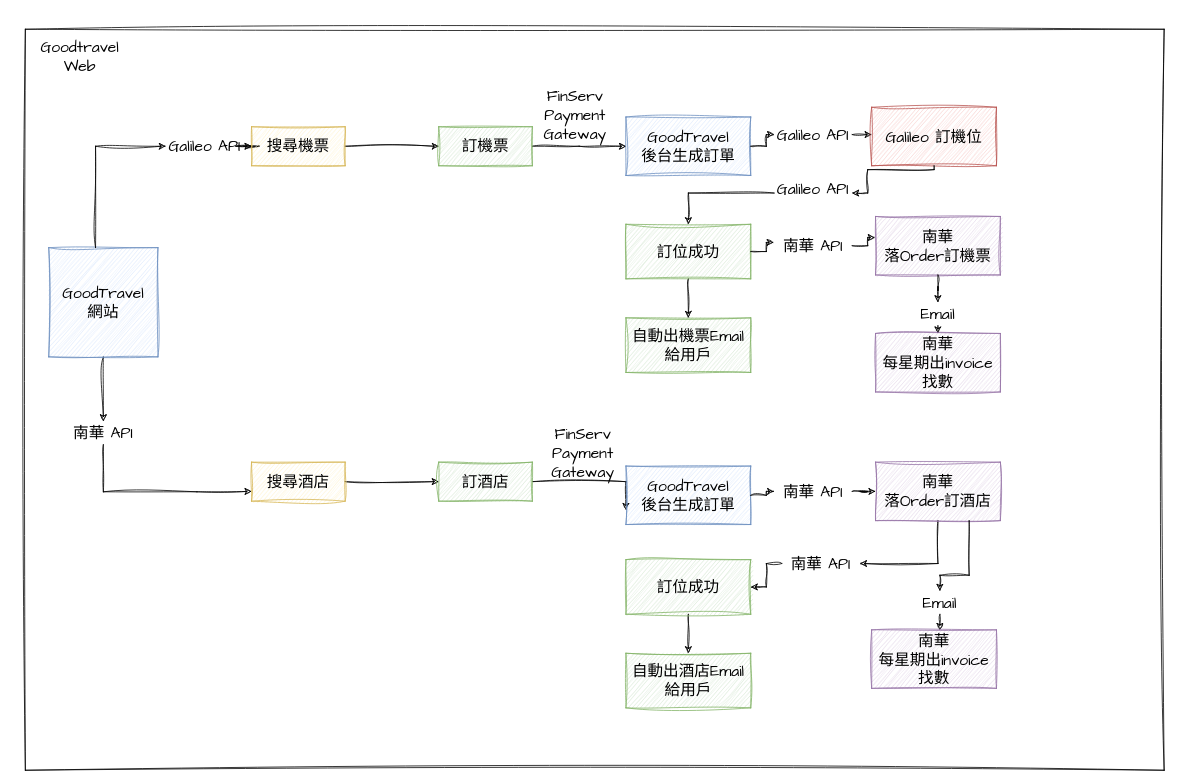
Before: GoodTravel.drawio in MichaelLam888/Draw.io, a draw.io diagram. Source tidied: cells renumbered, new cells numbered last; positions are measured from the earlier drawing's top-left corner, leaving out a move shared by most shapes. Both pictures are drawn from the tidied source at 78%, with x=0, y=0 at pixel (25, 29).
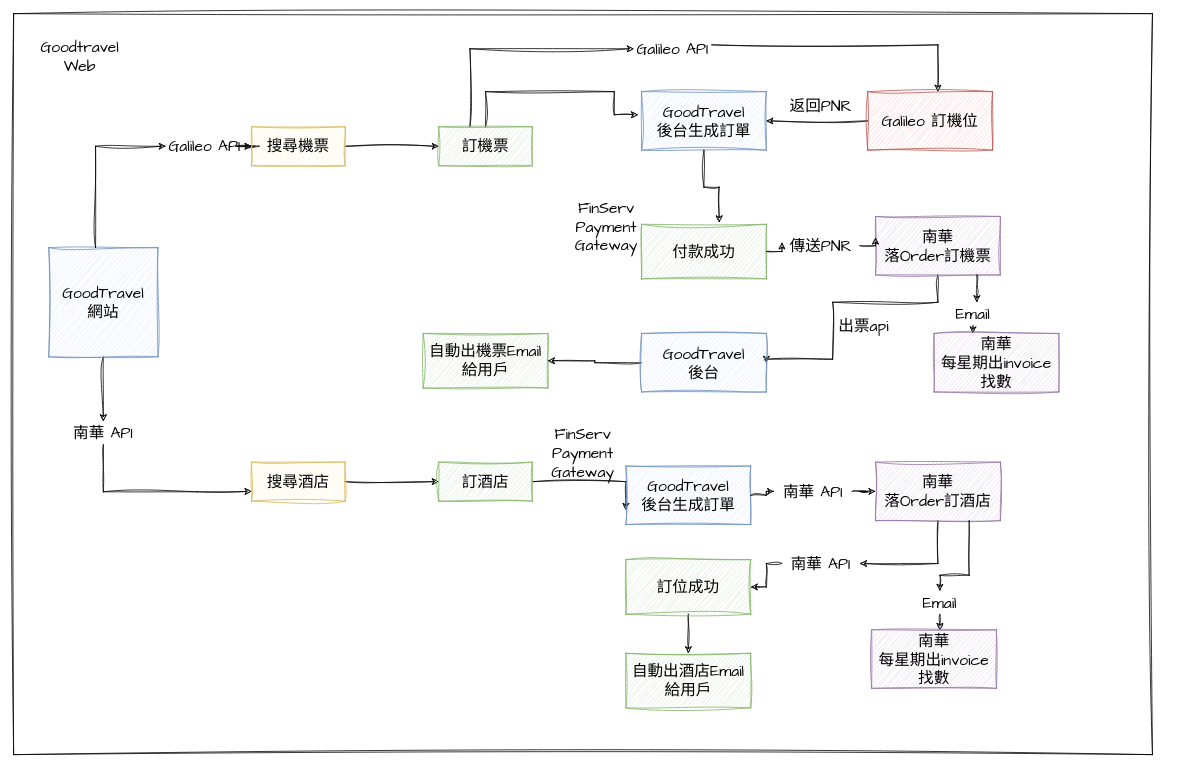
The same diagram, later.

Unchanged cells that the change refers to:
```xml
<mxCell id="10" value="訂機票" style="rounded=0;whiteSpace=wrap;html=1;sketch=1;hachureGap=4;jiggle=2;curveFitting=1;fontFamily=Architects Daughter;fontSize=20;fillColor=#d5e8d4;strokeColor=#82b366;" parent="1" vertex="1">
  <mxGeometry x="530" y="125" width="120" height="50" as="geometry" />
</mxCell>
<mxCell id="19" value="南華&lt;br&gt;落Order訂機票" style="rounded=0;whiteSpace=wrap;html=1;sketch=1;hachureGap=4;jiggle=2;curveFitting=1;fontFamily=Architects Daughter;fontSize=20;fillColor=#e1d5e7;strokeColor=#9673a6;" parent="1" vertex="1">
  <mxGeometry x="1090" y="240" width="160" height="75" as="geometry" />
</mxCell>
```

Diff of the diagram source:
```diff
@@
     <mxCell id="2" style="rounded=0;whiteSpace=wrap;html=1;sketch=1;hachureGap=4;jiggle=2;curveFitting=1;fontFamily=Architects Daughter;fontSize=20;" parent="1" vertex="1">
-      <mxGeometry width="1460" height="950" as="geometry" />
+      <mxGeometry x="-15" y="-20" width="1460" height="950" as="geometry" />
     </mxCell>
@@
-    <mxCell id="9" style="edgeStyle=orthogonalEdgeStyle;rounded=0;sketch=1;hachureGap=4;jiggle=2;curveFitting=1;jettySize=auto;html=1;fontFamily=Architects Daughter;fontSize=16;" parent="1" edge="1" source="10">
+    <mxCell id="9" style="edgeStyle=orthogonalEdgeStyle;rounded=0;sketch=1;hachureGap=4;jiggle=2;curveFitting=1;jettySize=auto;html=1;fontFamily=Architects Daughter;fontSize=16;entryX=-0.029;entryY=0.395;entryDx=0;entryDy=0;entryPerimeter=0;" parent="1" edge="1" source="10" target="13">
       <mxGeometry relative="1" as="geometry">
-        <mxPoint x="770" y="150" as="targetPoint" />
+        <Array as="points">
+          <mxPoint x="590" y="80" />
+          <mxPoint x="755" y="80" />
+        </Array>
       </mxGeometry>
     </mxCell>
+    <mxCell id="56" style="edgeStyle=orthogonalEdgeStyle;rounded=0;sketch=1;hachureGap=4;jiggle=2;curveFitting=1;jettySize=auto;html=1;entryX=0;entryY=0.5;entryDx=0;entryDy=0;fontFamily=Architects Daughter;fontSize=16;" parent="1" edge="1" source="10" target="36">
+      <mxGeometry relative="1" as="geometry">
+        <Array as="points">
+          <mxPoint x="570" y="25" />
+        </Array>
+      </mxGeometry>
+    </mxCell>
@@
     <mxCell id="11" value="FinServ Payment Gateway" style="text;html=1;strokeColor=none;fillColor=none;align=center;verticalAlign=middle;whiteSpace=wrap;rounded=0;fontSize=20;fontFamily=Architects Daughter;" parent="1" vertex="1">
-      <mxGeometry x="630" y="70" width="150" height="80" as="geometry" />
+      <mxGeometry x="670" y="212.5" width="150" height="80" as="geometry" />
     </mxCell>
     <mxCell id="12" style="edgeStyle=orthogonalEdgeStyle;rounded=0;sketch=1;hachureGap=4;jiggle=2;curveFitting=1;jettySize=auto;html=1;fontFamily=Architects Daughter;fontSize=16;" parent="1" edge="1" source="36" target="15">
       <mxGeometry relative="1" as="geometry">
         <Array as="points">
-          <mxPoint x="1008" y="150" />
-          <mxPoint x="1008" y="130" />
+          <mxPoint x="1170" y="20" />
         </Array>
       </mxGeometry>
     </mxCell>
     <mxCell id="13" value="GoodTravel&lt;br&gt;後台生成訂單" style="rounded=0;whiteSpace=wrap;html=1;sketch=1;hachureGap=4;jiggle=2;curveFitting=1;fontFamily=Architects Daughter;fontSize=20;fillColor=#dae8fc;strokeColor=#6c8ebf;" parent="1" vertex="1">
-      <mxGeometry x="770" y="112.5" width="160" height="75" as="geometry" />
+      <mxGeometry x="790" y="80" width="160" height="75" as="geometry" />
     </mxCell>
-    <mxCell id="14" style="edgeStyle=orthogonalEdgeStyle;rounded=0;sketch=1;hachureGap=4;jiggle=2;curveFitting=1;jettySize=auto;html=1;fontFamily=Architects Daughter;fontSize=16;" parent="1" edge="1" source="40" target="31">
-      <mxGeometry relative="1" as="geometry">
-        <Array as="points">
-          <mxPoint x="850" y="210" />
-        </Array>
-      </mxGeometry>
-    </mxCell>
+    <mxCell id="57" style="edgeStyle=orthogonalEdgeStyle;rounded=0;sketch=1;hachureGap=4;jiggle=2;curveFitting=1;jettySize=auto;html=1;fontFamily=Architects Daughter;fontSize=16;" parent="1" edge="1" source="15" target="13">
+      <mxGeometry relative="1" as="geometry" />
+    </mxCell>
     <mxCell id="15" value="Galileo 訂機位" style="rounded=0;whiteSpace=wrap;html=1;sketch=1;hachureGap=4;jiggle=2;curveFitting=1;fontFamily=Architects Daughter;fontSize=20;fillColor=#f8cecc;strokeColor=#b85450;" parent="1" vertex="1">
-      <mxGeometry x="1085" y="100" width="160" height="75" as="geometry" />
+      <mxGeometry x="1080" y="80" width="160" height="75" as="geometry" />
     </mxCell>
     <mxCell id="16" value="自動出機票Email&lt;br&gt;給用戶" style="rounded=0;whiteSpace=wrap;html=1;sketch=1;hachureGap=4;jiggle=2;curveFitting=1;fontFamily=Architects Daughter;fontSize=20;fillColor=#d5e8d4;strokeColor=#82b366;" parent="1" vertex="1">
-      <mxGeometry x="770" y="370" width="160" height="70" as="geometry" />
+      <mxGeometry x="510" y="390" width="160" height="70" as="geometry" />
     </mxCell>
@@
+    <mxCell id="58" style="edgeStyle=orthogonalEdgeStyle;rounded=0;sketch=1;hachureGap=4;jiggle=2;curveFitting=1;jettySize=auto;html=1;entryX=1;entryY=0.5;entryDx=0;entryDy=0;fontFamily=Architects Daughter;fontSize=16;" parent="1" edge="1" source="19" target="62">
+      <mxGeometry relative="1" as="geometry">
+        <Array as="points">
+          <mxPoint x="1170" y="350" />
+          <mxPoint x="1035" y="350" />
+          <mxPoint x="1035" y="423" />
+        </Array>
+      </mxGeometry>
+    </mxCell>
@@
     <mxCell id="20" value="南華&lt;br&gt;每星期出invoice 找數" style="rounded=0;whiteSpace=wrap;html=1;sketch=1;hachureGap=4;jiggle=2;curveFitting=1;fontFamily=Architects Daughter;fontSize=20;fillColor=#e1d5e7;strokeColor=#9673a6;" parent="1" vertex="1">
-      <mxGeometry x="1090" y="390" width="160" height="75" as="geometry" />
+      <mxGeometry x="1165" y="390" width="160" height="75" as="geometry" />
     </mxCell>
@@
-    <mxCell id="30" style="edgeStyle=orthogonalEdgeStyle;rounded=0;sketch=1;hachureGap=4;jiggle=2;curveFitting=1;jettySize=auto;html=1;fontFamily=Architects Daughter;fontSize=16;" parent="1" edge="1" source="31" target="16">
-      <mxGeometry relative="1" as="geometry" />
-    </mxCell>
-    <mxCell id="31" value="訂位成功" style="rounded=0;whiteSpace=wrap;html=1;sketch=1;hachureGap=4;jiggle=2;curveFitting=1;fontFamily=Architects Daughter;fontSize=20;fillColor=#d5e8d4;strokeColor=#82b366;" parent="1" vertex="1">
-      <mxGeometry x="770" y="250" width="160" height="70" as="geometry" />
+    <mxCell id="31" value="付款成功" style="rounded=0;whiteSpace=wrap;html=1;sketch=1;hachureGap=4;jiggle=2;curveFitting=1;fontFamily=Architects Daughter;fontSize=20;fillColor=#d5e8d4;strokeColor=#82b366;" parent="1" vertex="1">
+      <mxGeometry x="790" y="250" width="160" height="70" as="geometry" />
     </mxCell>
@@
-    <mxCell id="34" value="南華 API" style="text;html=1;strokeColor=none;fillColor=none;align=center;verticalAlign=middle;whiteSpace=wrap;rounded=0;fontSize=20;fontFamily=Architects Daughter;" parent="1" vertex="1">
-      <mxGeometry x="960" y="262.5" width="100" height="30" as="geometry" />
+    <mxCell id="34" value="傳送PNR" style="text;html=1;strokeColor=none;fillColor=none;align=center;verticalAlign=middle;whiteSpace=wrap;rounded=0;fontSize=20;fontFamily=Architects Daughter;" parent="1" vertex="1">
+      <mxGeometry x="970" y="262.5" width="100" height="30" as="geometry" />
     </mxCell>
-    <mxCell id="35" style="edgeStyle=orthogonalEdgeStyle;rounded=0;sketch=1;hachureGap=4;jiggle=2;curveFitting=1;jettySize=auto;html=1;fontFamily=Architects Daughter;fontSize=16;" parent="1" edge="1" source="13" target="36">
-      <mxGeometry relative="1" as="geometry" />
-    </mxCell>
     <mxCell id="36" value="Galileo API" style="text;html=1;strokeColor=none;fillColor=none;align=center;verticalAlign=middle;whiteSpace=wrap;rounded=0;fontSize=20;fontFamily=Architects Daughter;" parent="1" vertex="1">
-      <mxGeometry x="960" y="120" width="100" height="30" as="geometry" />
+      <mxGeometry x="780" y="10" width="100" height="30" as="geometry" />
     </mxCell>
@@
-    <mxCell id="39" style="edgeStyle=orthogonalEdgeStyle;rounded=0;sketch=1;hachureGap=4;jiggle=2;curveFitting=1;jettySize=auto;html=1;fontFamily=Architects Daughter;fontSize=16;" parent="1" edge="1" source="15" target="40">
-      <mxGeometry relative="1" as="geometry">
-        <Array as="points">
-          <mxPoint x="1165" y="180" />
-          <mxPoint x="1080" y="180" />
-          <mxPoint x="1080" y="210" />
-        </Array>
-      </mxGeometry>
-    </mxCell>
-    <mxCell id="40" value="Galileo API" style="text;html=1;strokeColor=none;fillColor=none;align=center;verticalAlign=middle;whiteSpace=wrap;rounded=0;fontSize=20;fontFamily=Architects Daughter;" parent="1" vertex="1">
-      <mxGeometry x="960" y="190" width="100" height="30" as="geometry" />
-    </mxCell>
     <mxCell id="41" style="edgeStyle=orthogonalEdgeStyle;rounded=0;sketch=1;hachureGap=4;jiggle=2;curveFitting=1;jettySize=auto;html=1;fontFamily=Architects Daughter;fontSize=16;" parent="1" edge="1" source="19" target="42">
-      <mxGeometry relative="1" as="geometry" />
+      <mxGeometry relative="1" as="geometry">
+        <Array as="points">
+          <mxPoint x="1220" y="330" />
+          <mxPoint x="1220" y="330" />
+        </Array>
+      </mxGeometry>
     </mxCell>
     <mxCell id="42" value="Email" style="text;html=1;strokeColor=none;fillColor=none;align=center;verticalAlign=middle;whiteSpace=wrap;rounded=0;fontSize=20;fontFamily=Architects Daughter;" parent="1" vertex="1">
-      <mxGeometry x="1120" y="350" width="100" height="30" as="geometry" />
+      <mxGeometry x="1165" y="350" width="100" height="30" as="geometry" />
     </mxCell>
@@
+    <mxCell id="59" value="返回PNR" style="text;html=1;strokeColor=none;fillColor=none;align=center;verticalAlign=middle;whiteSpace=wrap;rounded=0;fontSize=20;fontFamily=Architects Daughter;" parent="1" vertex="1">
+      <mxGeometry x="945" y="80" width="150" height="35" as="geometry" />
+    </mxCell>
+    <mxCell id="60" style="edgeStyle=orthogonalEdgeStyle;rounded=0;sketch=1;hachureGap=4;jiggle=2;curveFitting=1;jettySize=auto;html=1;entryX=0.622;entryY=-0.035;entryDx=0;entryDy=0;entryPerimeter=0;fontFamily=Architects Daughter;fontSize=16;" parent="1" edge="1" source="13" target="31">
+      <mxGeometry relative="1" as="geometry" />
+    </mxCell>
+    <mxCell id="61" style="edgeStyle=orthogonalEdgeStyle;rounded=0;sketch=1;hachureGap=4;jiggle=2;curveFitting=1;jettySize=auto;html=1;fontFamily=Architects Daughter;fontSize=16;" parent="1" edge="1" source="62" target="16">
+      <mxGeometry relative="1" as="geometry" />
+    </mxCell>
+    <mxCell id="62" value="GoodTravel&lt;br&gt;後台" style="rounded=0;whiteSpace=wrap;html=1;sketch=1;hachureGap=4;jiggle=2;curveFitting=1;fontFamily=Architects Daughter;fontSize=20;fillColor=#dae8fc;strokeColor=#6c8ebf;" parent="1" vertex="1">
+      <mxGeometry x="790" y="390" width="160" height="75" as="geometry" />
+    </mxCell>
+    <mxCell id="63" value="出票api" style="text;html=1;strokeColor=none;fillColor=none;align=center;verticalAlign=middle;whiteSpace=wrap;rounded=0;fontSize=20;fontFamily=Architects Daughter;" parent="1" vertex="1">
+      <mxGeometry x="1025" y="365" width="100" height="30" as="geometry" />
+    </mxCell>
```
